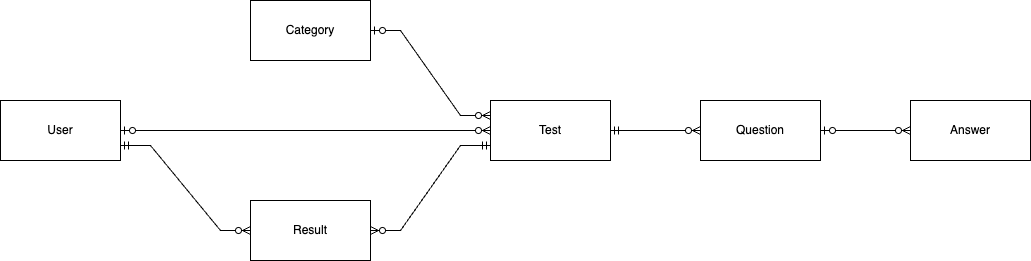
BystrovN/images keeps this draw.io diagram as test_guru/er_test_guru.drawio.png. Above is the earlier version. Source tidied: cells renumbered, new cells last; positions are measured from the earlier drawing's top-left corner, leaving out a move shared by most shapes.
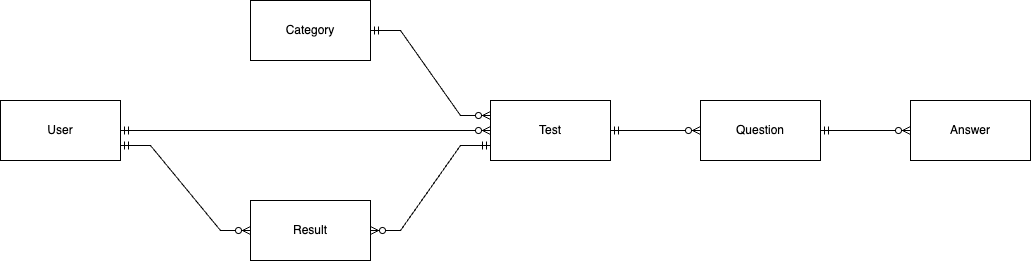
The same diagram one commit later.

Diff of the diagram source:
```diff
@@ -23,19 +23,19 @@
     <mxCell id="8" style="edgeStyle=entityRelationEdgeStyle;fontSize=12;html=1;endArrow=ERzeroToMany;startArrow=ERmandOne;rounded=0;entryX=0;entryY=0.5;entryDx=0;entryDy=0;exitX=1;exitY=0.5;exitDx=0;exitDy=0;" parent="1" edge="1" source="6" target="4">
       <mxGeometry relative="1" as="geometry" />
     </mxCell>
-    <mxCell id="9" style="edgeStyle=entityRelationEdgeStyle;fontSize=12;html=1;endArrow=ERzeroToMany;startArrow=ERzeroToOne;rounded=0;entryX=0;entryY=0.5;entryDx=0;entryDy=0;exitX=1;exitY=0.5;exitDx=0;exitDy=0;" parent="1" edge="1" source="7" target="6">
-      <mxGeometry relative="1" as="geometry" />
-    </mxCell>
     <mxCell id="10" style="edgeStyle=entityRelationEdgeStyle;fontSize=12;html=1;endArrow=ERzeroToMany;startArrow=ERmandOne;rounded=0;exitX=1;exitY=0.75;exitDx=0;exitDy=0;entryX=0;entryY=0.5;entryDx=0;entryDy=0;" parent="1" edge="1" source="7" target="5">
       <mxGeometry relative="1" as="geometry" />
     </mxCell>
     <mxCell id="11" style="edgeStyle=entityRelationEdgeStyle;fontSize=12;html=1;endArrow=ERzeroToMany;startArrow=ERmandOne;rounded=0;entryX=1;entryY=0.5;entryDx=0;entryDy=0;exitX=0;exitY=0.75;exitDx=0;exitDy=0;" parent="1" edge="1" source="6" target="5">
       <mxGeometry relative="1" as="geometry" />
     </mxCell>
-    <mxCell id="12" style="edgeStyle=entityRelationEdgeStyle;fontSize=12;html=1;endArrow=ERzeroToMany;startArrow=ERzeroToOne;rounded=0;exitX=1;exitY=0.5;exitDx=0;exitDy=0;entryX=0;entryY=0.5;entryDx=0;entryDy=0;" parent="1" edge="1" source="4" target="2">
+    <mxCell id="12" style="edgeStyle=entityRelationEdgeStyle;fontSize=12;html=1;endArrow=ERzeroToMany;startArrow=ERmandOne;rounded=0;entryX=0;entryY=0.5;entryDx=0;entryDy=0;exitX=1;exitY=0.5;exitDx=0;exitDy=0;" parent="1" edge="1" source="4" target="2">
       <mxGeometry relative="1" as="geometry" />
     </mxCell>
+    <mxCell id="9" style="edgeStyle=entityRelationEdgeStyle;fontSize=12;html=1;endArrow=ERzeroToMany;startArrow=ERmandOne;rounded=0;exitX=1;exitY=0.5;exitDx=0;exitDy=0;entryX=0;entryY=0.5;entryDx=0;entryDy=0;" parent="1" edge="1" source="7" target="6">
+      <mxGeometry relative="1" as="geometry" />
+    </mxCell>
-    <mxCell id="13" style="edgeStyle=entityRelationEdgeStyle;fontSize=12;html=1;endArrow=ERzeroToMany;startArrow=ERzeroToOne;rounded=0;exitX=1;exitY=0.5;exitDx=0;exitDy=0;entryX=0;entryY=0.25;entryDx=0;entryDy=0;" parent="1" edge="1" source="3" target="6">
+    <mxCell id="13" style="edgeStyle=entityRelationEdgeStyle;fontSize=12;html=1;endArrow=ERzeroToMany;startArrow=ERmandOne;rounded=0;exitX=1;exitY=0.5;exitDx=0;exitDy=0;entryX=0;entryY=0.25;entryDx=0;entryDy=0;" parent="1" edge="1" source="3" target="6">
       <mxGeometry relative="1" as="geometry" />
     </mxCell>
   </root>
```
